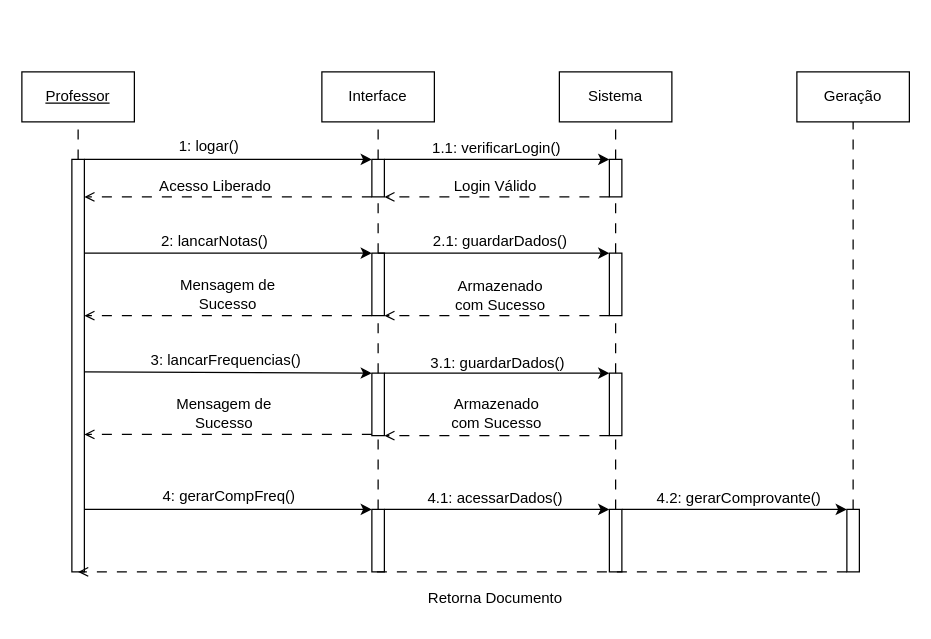
The draw.io diagram DIAGRAMA DE SEQUENCIA.drawio in LizReis/An-lise-de-Sistemas, before the edit. Source tidied: cells renumbered, new cells numbered last; positions are measured from the earlier drawing's top-left corner, leaving out a move shared by most shapes. Both pictures are drawn from the tidied source at 125%, with x=0, y=0 at pixel (21, 71).
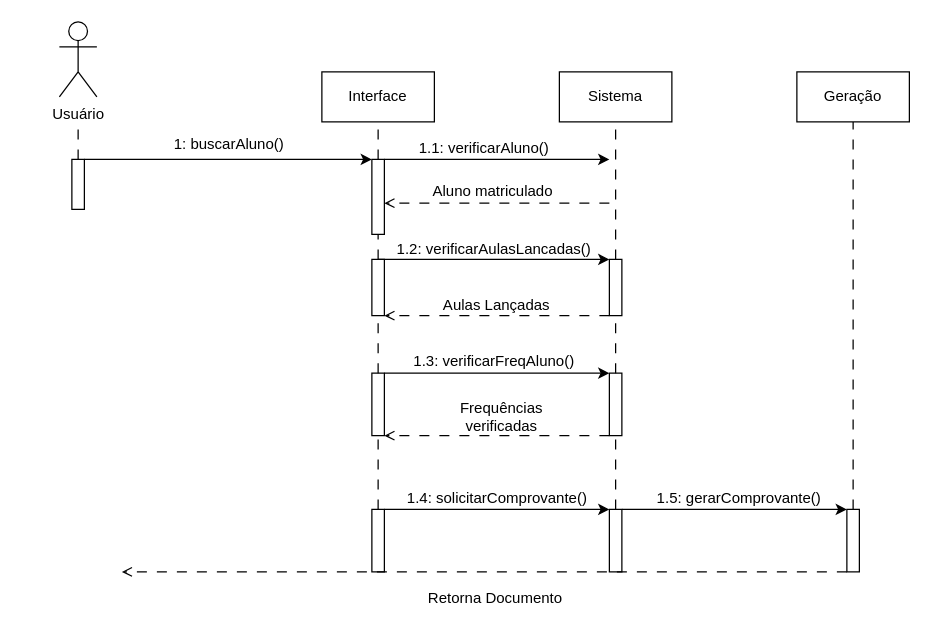
The same diagram, later.

The change refers to these unchanged cells:
```xml
<mxCell id="4" value="Interface" style="rounded=0;whiteSpace=wrap;html=1;" parent="1" vertex="1">
  <mxGeometry x="240" width="90" height="40" as="geometry" />
</mxCell>
<mxCell id="9" value="Sistema" style="rounded=0;whiteSpace=wrap;html=1;" parent="1" vertex="1">
  <mxGeometry x="430" width="90" height="40" as="geometry" />
</mxCell>
<mxCell id="29" style="rounded=0;whiteSpace=wrap;html=1;" parent="1" vertex="1">
  <mxGeometry x="280" y="241" width="10" height="50" as="geometry" />
</mxCell>
<mxCell id="38" style="rounded=0;whiteSpace=wrap;html=1;" parent="1" vertex="1">
  <mxGeometry x="280" y="350" width="10" height="50" as="geometry" />
</mxCell>
<mxCell id="44" style="rounded=0;whiteSpace=wrap;html=1;" parent="1" vertex="1">
  <mxGeometry x="660" y="350" width="10" height="50" as="geometry" />
</mxCell>
```

What changed in the source:
```diff
@@
     <mxCell id="2" style="rounded=0;whiteSpace=wrap;html=1;" parent="1" vertex="1">
-      <mxGeometry x="40" y="70" width="10" height="330" as="geometry" />
+      <mxGeometry x="40" y="70" width="10" height="40" as="geometry" />
     </mxCell>
-    <mxCell id="3" value="&lt;u&gt;Professor&lt;/u&gt;" style="rounded=0;whiteSpace=wrap;html=1;" parent="1" vertex="1">
-      <mxGeometry width="90" height="40" as="geometry" />
-    </mxCell>
@@
-    <mxCell id="6" value="1: logar()" style="text;html=1;align=center;verticalAlign=middle;whiteSpace=wrap;rounded=0;" parent="1" vertex="1">
-      <mxGeometry x="120" y="45" width="60" height="30" as="geometry" />
-    </mxCell>
-    <mxCell id="7" style="endArrow=classic;html=1;rounded=0;exitX=1;exitY=0;exitDx=0;exitDy=0;entryX=0;entryY=0;entryDx=0;entryDy=0;" parent="1" edge="1" source="2" target="8">
-      <mxGeometry relative="1" as="geometry" />
+    <mxCell id="7" style="endArrow=classic;html=1;rounded=0;exitX=1;exitY=0;exitDx=0;exitDy=0;entryX=0;entryY=0;entryDx=0;entryDy=0;" parent="1" edge="1" source="2">
+      <mxGeometry relative="1" as="geometry">
+        <mxPoint x="280" y="70" as="targetPoint" />
+      </mxGeometry>
     </mxCell>
-    <mxCell id="8" style="rounded=0;whiteSpace=wrap;html=1;" parent="1" vertex="1">
-      <mxGeometry x="280" y="70" width="10" height="30" as="geometry" />
-    </mxCell>
@@
-    <mxCell id="10" style="rounded=0;whiteSpace=wrap;html=1;" parent="1" vertex="1">
-      <mxGeometry x="470" y="70" width="10" height="30" as="geometry" />
-    </mxCell>
-    <mxCell id="11" style="endArrow=classic;html=1;rounded=0;exitX=1;exitY=0;exitDx=0;exitDy=0;entryX=0;entryY=0;entryDx=0;entryDy=0;" parent="1" edge="1" source="8" target="10">
-      <mxGeometry relative="1" as="geometry" />
+    <mxCell id="11" style="endArrow=classic;html=1;rounded=0;exitX=1;exitY=0;exitDx=0;exitDy=0;" parent="1" edge="1">
+      <mxGeometry relative="1" as="geometry">
+        <mxPoint x="290" y="70" as="sourcePoint" />
+        <mxPoint x="470" y="70" as="targetPoint" />
+      </mxGeometry>
     </mxCell>
-    <mxCell id="12" value="1.1: verificarLogin()" style="text;html=1;align=center;verticalAlign=middle;whiteSpace=wrap;rounded=0;" parent="1" vertex="1">
-      <mxGeometry x="320" y="46" width="120" height="30" as="geometry" />
-    </mxCell>
-    <mxCell id="13" style="endArrow=open;html=1;rounded=0;entryX=1;entryY=1;entryDx=0;entryDy=0;exitX=0;exitY=1;exitDx=0;exitDy=0;dashed=1;dashPattern=8 8;endFill=0;" parent="1" edge="1" source="10" target="8">
-      <mxGeometry relative="1" as="geometry" />
+    <mxCell id="13" style="endArrow=open;html=1;rounded=0;entryX=1;entryY=1;entryDx=0;entryDy=0;exitX=0;exitY=1;exitDx=0;exitDy=0;dashed=1;dashPattern=8 8;endFill=0;" parent="1" edge="1">
+      <mxGeometry relative="1" as="geometry">
+        <mxPoint x="470" y="105" as="sourcePoint" />
+        <mxPoint x="290" y="105" as="targetPoint" />
+      </mxGeometry>
     </mxCell>
-    <mxCell id="14" value="Login Válido" style="text;html=1;align=center;verticalAlign=middle;whiteSpace=wrap;rounded=0;" parent="1" vertex="1">
-      <mxGeometry x="334" y="77" width="90" height="30" as="geometry" />
-    </mxCell>
-    <mxCell id="15" style="edgeStyle=orthogonalEdgeStyle;rounded=0;orthogonalLoop=1;jettySize=auto;html=1;exitX=0.5;exitY=1;exitDx=0;exitDy=0;" parent="1" edge="1" source="14" target="14">
-      <mxGeometry relative="1" as="geometry" />
+    <mxCell id="15" style="edgeStyle=orthogonalEdgeStyle;rounded=0;orthogonalLoop=1;jettySize=auto;html=1;exitX=0.5;exitY=1;exitDx=0;exitDy=0;" parent="1" edge="1">
+      <mxGeometry relative="1" as="geometry">
+        <mxPoint x="379" y="107" as="sourcePoint" />
+        <mxPoint x="379" y="107" as="targetPoint" />
+      </mxGeometry>
     </mxCell>
     <mxCell id="16" style="rounded=0;whiteSpace=wrap;html=1;" parent="1" vertex="1">
-      <mxGeometry x="280" y="145" width="10" height="50" as="geometry" />
+      <mxGeometry x="280" y="150" width="10" height="45" as="geometry" />
     </mxCell>
-    <mxCell id="17" style="endArrow=open;html=1;rounded=0;exitX=0;exitY=1;exitDx=0;exitDy=0;dashed=1;dashPattern=8 8;endFill=0;" parent="1" edge="1" source="8">
-      <mxGeometry relative="1" as="geometry">
-        <mxPoint x="50" y="100" as="targetPoint" />
-      </mxGeometry>
-    </mxCell>
-    <mxCell id="18" value="Acesso Liberado" style="text;html=1;align=center;verticalAlign=middle;whiteSpace=wrap;rounded=0;" parent="1" vertex="1">
-      <mxGeometry x="100" y="77" width="110" height="30" as="geometry" />
-    </mxCell>
-    <mxCell id="19" style="endArrow=classic;html=1;rounded=0;entryX=0;entryY=0;entryDx=0;entryDy=0;exitX=1;exitY=0.227;exitDx=0;exitDy=0;exitPerimeter=0;" parent="1" edge="1" source="2" target="16">
-      <mxGeometry relative="1" as="geometry" />
-    </mxCell>
-    <mxCell id="20" value="2: lancarNotas()" style="text;html=1;align=center;verticalAlign=middle;whiteSpace=wrap;rounded=0;" parent="1" vertex="1">
-      <mxGeometry x="102" y="121" width="105" height="30" as="geometry" />
-    </mxCell>
     <mxCell id="21" style="rounded=0;whiteSpace=wrap;html=1;" parent="1" vertex="1">
-      <mxGeometry x="470" y="145" width="10" height="50" as="geometry" />
+      <mxGeometry x="470" y="150" width="10" height="45" as="geometry" />
     </mxCell>
@@
-    <mxCell id="23" value="2.1: guardarDados()" style="text;html=1;align=center;verticalAlign=middle;whiteSpace=wrap;rounded=0;" parent="1" vertex="1">
-      <mxGeometry x="320.5" y="121" width="123.5" height="30" as="geometry" />
-    </mxCell>
@@
-    <mxCell id="25" value="Armazenado com Sucesso" style="text;html=1;align=center;verticalAlign=middle;whiteSpace=wrap;rounded=0;" parent="1" vertex="1">
-      <mxGeometry x="338" y="164" width="90" height="30" as="geometry" />
-    </mxCell>
-    <mxCell id="26" style="endArrow=open;html=1;rounded=0;exitX=0;exitY=1;exitDx=0;exitDy=0;dashed=1;dashPattern=8 8;endFill=0;" parent="1" edge="1" source="16">
-      <mxGeometry relative="1" as="geometry">
-        <mxPoint x="50" y="195" as="targetPoint" />
-      </mxGeometry>
-    </mxCell>
-    <mxCell id="27" value="Mensagem de Sucesso" style="text;html=1;align=center;verticalAlign=middle;whiteSpace=wrap;rounded=0;" parent="1" vertex="1">
-      <mxGeometry x="120" y="163" width="90" height="30" as="geometry" />
-    </mxCell>
-    <mxCell id="28" style="endArrow=classic;html=1;rounded=0;entryX=0;entryY=0;entryDx=0;entryDy=0;" parent="1" edge="1" target="29">
-      <mxGeometry relative="1" as="geometry">
-        <mxPoint x="50" y="240" as="sourcePoint" />
-      </mxGeometry>
-    </mxCell>
@@
-    <mxCell id="30" value="3: lancarFrequencias()" style="text;html=1;align=center;verticalAlign=middle;whiteSpace=wrap;rounded=0;" parent="1" vertex="1">
-      <mxGeometry x="100.5" y="216" width="125" height="30" as="geometry" />
-    </mxCell>
@@
-    <mxCell id="33" value="3.1: guardarDados()" style="text;html=1;align=center;verticalAlign=middle;whiteSpace=wrap;rounded=0;" parent="1" vertex="1">
-      <mxGeometry x="318.5" y="218" width="123.5" height="30" as="geometry" />
-    </mxCell>
-    <mxCell id="34" value="Armazenado com Sucesso" style="text;html=1;align=center;verticalAlign=middle;whiteSpace=wrap;rounded=0;" parent="1" vertex="1">
-      <mxGeometry x="335" y="258" width="90" height="30" as="geometry" />
-    </mxCell>
@@
-    <mxCell id="36" style="endArrow=open;html=1;rounded=0;dashed=1;dashPattern=8 8;endFill=0;" parent="1" edge="1">
-      <mxGeometry relative="1" as="geometry">
-        <mxPoint x="280" y="290" as="sourcePoint" />
-        <mxPoint x="50" y="290" as="targetPoint" />
-      </mxGeometry>
-    </mxCell>
-    <mxCell id="37" value="Mensagem de Sucesso" style="text;html=1;align=center;verticalAlign=middle;whiteSpace=wrap;rounded=0;" parent="1" vertex="1">
-      <mxGeometry x="117" y="258" width="90" height="30" as="geometry" />
-    </mxCell>
@@
-    <mxCell id="39" style="endArrow=classic;html=1;rounded=0;exitX=1;exitY=0.25;exitDx=0;exitDy=0;entryX=0;entryY=0;entryDx=0;entryDy=0;" parent="1" edge="1" target="38">
-      <mxGeometry relative="1" as="geometry">
-        <mxPoint x="50" y="350" as="sourcePoint" />
-      </mxGeometry>
-    </mxCell>
-    <mxCell id="40" value="4: gerarCompFreq()" style="text;html=1;align=center;verticalAlign=middle;whiteSpace=wrap;rounded=0;" parent="1" vertex="1">
-      <mxGeometry x="105.5" y="325" width="120" height="30" as="geometry" />
-    </mxCell>
@@
-    <mxCell id="43" value="4.1: acessarDados()" style="text;html=1;align=center;verticalAlign=middle;whiteSpace=wrap;rounded=0;" parent="1" vertex="1">
-      <mxGeometry x="317.2" y="326" width="123.5" height="30" as="geometry" />
+    <mxCell id="43" value="1.4: solicitarComprovante()" style="text;html=1;align=center;verticalAlign=middle;whiteSpace=wrap;rounded=0;" parent="1" vertex="1">
+      <mxGeometry x="298.6" y="326" width="162.8" height="30" as="geometry" />
     </mxCell>
@@
-    <mxCell id="46" value="4.2: gerarComprovante()" style="text;html=1;align=center;verticalAlign=middle;whiteSpace=wrap;rounded=0;" parent="1" vertex="1">
+    <mxCell id="46" value="1.5: gerarComprovante()" style="text;html=1;align=center;verticalAlign=middle;whiteSpace=wrap;rounded=0;" parent="1" vertex="1">
       <mxGeometry x="496.5" y="326" width="153.5" height="30" as="geometry" />
     </mxCell>
-    <mxCell id="47" style="endArrow=open;html=1;rounded=0;dashed=1;dashPattern=8 8;endFill=0;exitX=0;exitY=1;exitDx=0;exitDy=0;entryX=0.5;entryY=1;entryDx=0;entryDy=0;" parent="1" edge="1" source="44" target="2">
-      <mxGeometry relative="1" as="geometry" />
+    <mxCell id="47" style="endArrow=open;html=1;rounded=0;dashed=1;dashPattern=8 8;endFill=0;exitX=0;exitY=1;exitDx=0;exitDy=0;" parent="1" edge="1" source="44">
+      <mxGeometry relative="1" as="geometry">
+        <mxPoint x="80" y="400" as="targetPoint" />
+      </mxGeometry>
     </mxCell>
@@
-    <mxCell id="50" style="endArrow=none;html=1;rounded=0;entryX=0.5;entryY=1;entryDx=0;entryDy=0;exitX=0.5;exitY=0;exitDx=0;exitDy=0;dashed=1;dashPattern=8 8;" parent="1" edge="1" source="10" target="9">
+    <mxCell id="50" style="endArrow=none;html=1;rounded=0;entryX=0.5;entryY=1;entryDx=0;entryDy=0;exitX=0.5;exitY=0;exitDx=0;exitDy=0;dashed=1;dashPattern=8 8;" parent="1" edge="1" source="21" target="9">
       <mxGeometry relative="1" as="geometry" />
     </mxCell>
-    <mxCell id="51" style="endArrow=none;html=1;rounded=0;entryX=0.5;entryY=1;entryDx=0;entryDy=0;exitX=0.5;exitY=0;exitDx=0;exitDy=0;dashed=1;dashPattern=8 8;" parent="1" edge="1" source="21" target="10">
-      <mxGeometry relative="1" as="geometry" />
-    </mxCell>
@@
-    <mxCell id="54" style="endArrow=none;html=1;rounded=0;entryX=0.5;entryY=1;entryDx=0;entryDy=0;exitX=0.5;exitY=0;exitDx=0;exitDy=0;dashed=1;dashPattern=8 8;" parent="1" edge="1" source="8" target="4">
-      <mxGeometry relative="1" as="geometry" />
+    <mxCell id="54" style="endArrow=none;html=1;rounded=0;entryX=0.5;entryY=1;entryDx=0;entryDy=0;exitX=0.5;exitY=0;exitDx=0;exitDy=0;dashed=1;dashPattern=8 8;" parent="1" edge="1" target="4">
+      <mxGeometry relative="1" as="geometry">
+        <mxPoint x="285" y="70" as="sourcePoint" />
+      </mxGeometry>
     </mxCell>
-    <mxCell id="55" style="endArrow=none;html=1;rounded=0;entryX=0.5;entryY=1;entryDx=0;entryDy=0;exitX=0.5;exitY=0;exitDx=0;exitDy=0;dashed=1;dashPattern=8 8;" parent="1" edge="1" source="16" target="8">
-      <mxGeometry relative="1" as="geometry" />
-    </mxCell>
@@
-    <mxCell id="58" style="endArrow=none;html=1;rounded=0;exitX=0.5;exitY=0;exitDx=0;exitDy=0;dashed=1;dashPattern=8 8;entryX=0.5;entryY=1;entryDx=0;entryDy=0;" parent="1" edge="1" source="2" target="3">
-      <mxGeometry relative="1" as="geometry" />
+    <mxCell id="58" style="endArrow=none;html=1;rounded=0;exitX=0.5;exitY=0;exitDx=0;exitDy=0;dashed=1;dashPattern=8 8;entryX=0.5;entryY=1;entryDx=0;entryDy=0;" parent="1" edge="1" source="2">
+      <mxGeometry relative="1" as="geometry">
+        <mxPoint x="45" y="40" as="targetPoint" />
+      </mxGeometry>
     </mxCell>
+    <mxCell id="59" value="1: buscarAluno()" style="text;html=1;align=center;verticalAlign=middle;whiteSpace=wrap;rounded=0;" parent="1" vertex="1">
+      <mxGeometry x="105.5" y="43" width="120" height="30" as="geometry" />
+    </mxCell>
+    <mxCell id="60" style="rounded=0;whiteSpace=wrap;html=1;" parent="1" vertex="1">
+      <mxGeometry x="280" y="70" width="10" height="60" as="geometry" />
+    </mxCell>
+    <mxCell id="61" value="Usuário" style="shape=umlActor;verticalLabelPosition=bottom;verticalAlign=top;html=1;" parent="1" vertex="1">
+      <mxGeometry x="30" y="-40" width="30" height="60" as="geometry" />
+    </mxCell>
+    <mxCell id="62" value="1.1: verificarAluno()" style="text;html=1;align=center;verticalAlign=middle;whiteSpace=wrap;rounded=0;" parent="1" vertex="1">
+      <mxGeometry x="310" y="46" width="120" height="30" as="geometry" />
+    </mxCell>
+    <mxCell id="63" value="Aluno matriculado" style="text;html=1;align=center;verticalAlign=middle;whiteSpace=wrap;rounded=0;" parent="1" vertex="1">
+      <mxGeometry x="317.2" y="81" width="120" height="30" as="geometry" />
+    </mxCell>
+    <mxCell id="64" value="1.2: verificarAulasLancadas()" style="text;html=1;align=center;verticalAlign=middle;whiteSpace=wrap;rounded=0;" parent="1" vertex="1">
+      <mxGeometry x="298" y="127" width="160" height="30" as="geometry" />
+    </mxCell>
+    <mxCell id="65" value="Aulas Lançadas" style="text;html=1;align=center;verticalAlign=middle;whiteSpace=wrap;rounded=0;" parent="1" vertex="1">
+      <mxGeometry x="320" y="172" width="120" height="30" as="geometry" />
+    </mxCell>
+    <mxCell id="66" value="1.3: verificarFreqAluno()" style="text;html=1;align=center;verticalAlign=middle;whiteSpace=wrap;rounded=0;" parent="1" vertex="1">
+      <mxGeometry x="298" y="217" width="160" height="30" as="geometry" />
+    </mxCell>
+    <mxCell id="67" value="Frequências verificadas" style="text;html=1;align=center;verticalAlign=middle;whiteSpace=wrap;rounded=0;" parent="1" vertex="1">
+      <mxGeometry x="324" y="261" width="120" height="30" as="geometry" />
+    </mxCell>
+    <mxCell id="68" style="endArrow=none;html=1;rounded=0;exitX=0.5;exitY=0;exitDx=0;exitDy=0;dashed=1;dashPattern=8 8;entryX=0.5;entryY=1;entryDx=0;entryDy=0;" parent="1" edge="1" source="16" target="60">
+      <mxGeometry relative="1" as="geometry" />
+    </mxCell>
```
